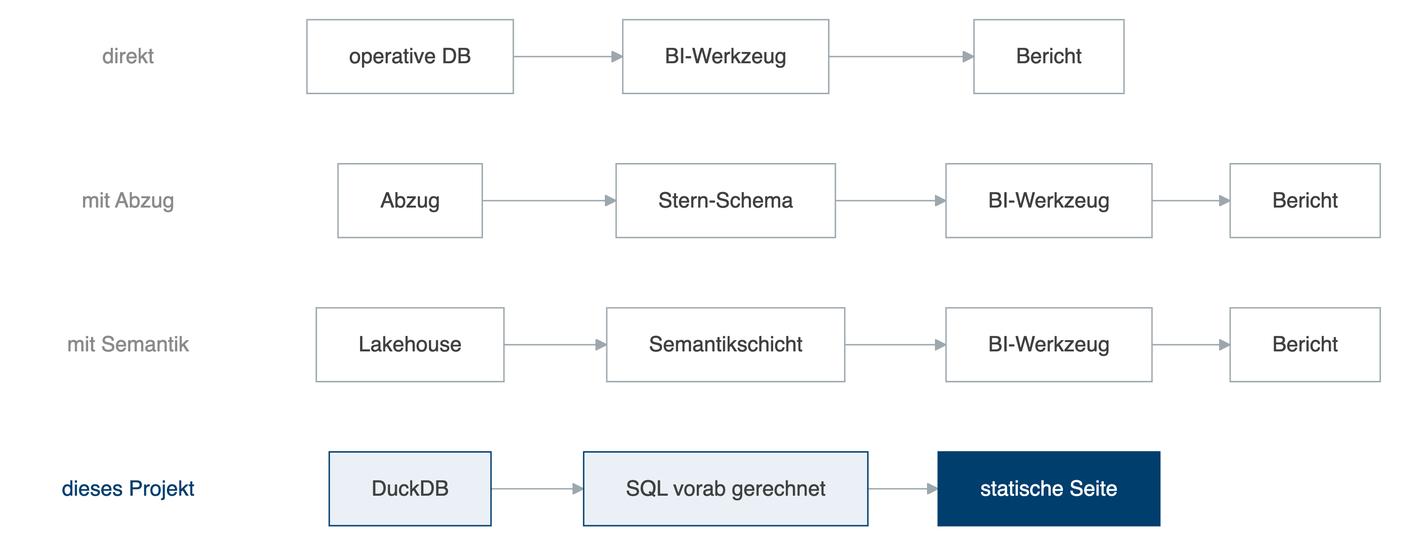
Above: slides/diagramme/14_bi_architekturen.png in swrobuts/BurgerMetrics (Mermaid), before the change. Its source is kept beside it as slides/diagramme/14_bi_architekturen.mmd. The source it was exported from:
```mermaid
flowchart LR
    A0["direkt"] ~~~ A1["operative DB"] --> A3["BI-Werkzeug"] --> A4["Bericht"]
    B0["mit Abzug"] ~~~ B1["Abzug"] --> B2["Stern-Schema"] --> B3["BI-Werkzeug"] --> B4["Bericht"]
    C0["mit Semantik"] ~~~ C1["Lakehouse"] --> C2["Semantikschicht"] --> C3["BI-Werkzeug"] --> C4["Bericht"]
    D0["dieses Projekt"] ~~~ D1["DuckDB"] --> D2["SQL vorab gerechnet"] --> D4["statische Seite"]
    style A0 fill:#FFFFFF,stroke:#FFFFFF,color:#8A8A8A
    style B0 fill:#FFFFFF,stroke:#FFFFFF,color:#8A8A8A
    style C0 fill:#FFFFFF,stroke:#FFFFFF,color:#8A8A8A
    style D0 fill:#FFFFFF,stroke:#FFFFFF,color:#003E6E
    style D1 fill:#EAF0F5,stroke:#003E6E
    style D2 fill:#EAF0F5,stroke:#003E6E
    style D4 fill:#003E6E,color:#FFFFFF,stroke:#003E6E
```
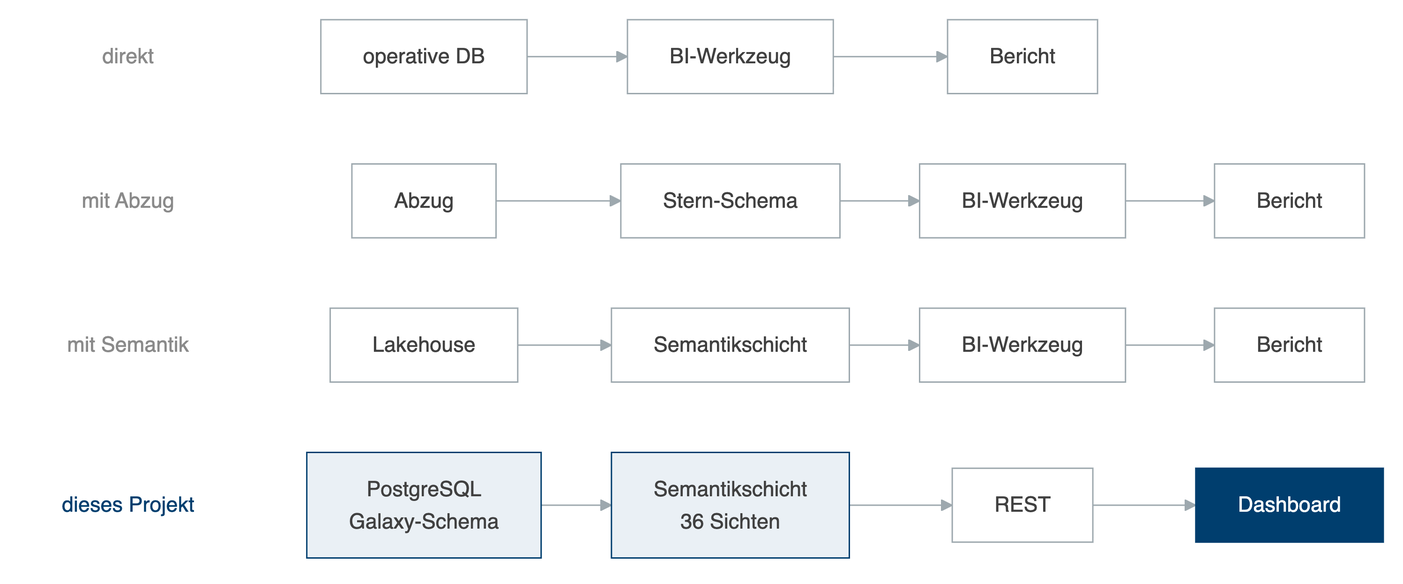
The same file after the commit.

What changed in the source:
```diff
@@ -2,7 +2,7 @@
     A0["direkt"] ~~~ A1["operative DB"] --> A3["BI-Werkzeug"] --> A4["Bericht"]
     B0["mit Abzug"] ~~~ B1["Abzug"] --> B2["Stern-Schema"] --> B3["BI-Werkzeug"] --> B4["Bericht"]
     C0["mit Semantik"] ~~~ C1["Lakehouse"] --> C2["Semantikschicht"] --> C3["BI-Werkzeug"] --> C4["Bericht"]
-    D0["dieses Projekt"] ~~~ D1["DuckDB"] --> D2["SQL vorab gerechnet"] --> D4["statische Seite"]
+    D0["dieses Projekt"] ~~~ D1["PostgreSQL<br/>Galaxy-Schema"] --> D2["Semantikschicht<br/>36 Sichten"] --> D3["REST"] --> D4["Dashboard"]
     style A0 fill:#FFFFFF,stroke:#FFFFFF,color:#8A8A8A
     style B0 fill:#FFFFFF,stroke:#FFFFFF,color:#8A8A8A
     style C0 fill:#FFFFFF,stroke:#FFFFFF,color:#8A8A8A
```
